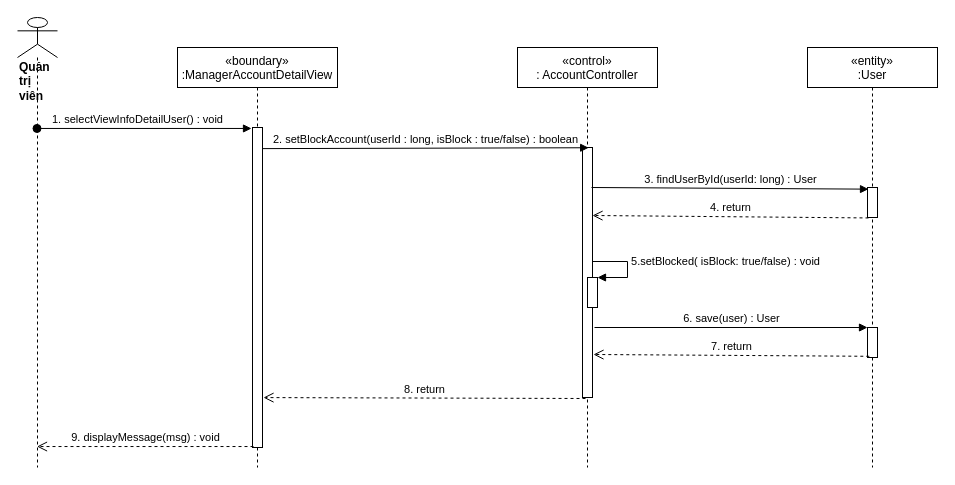
This is sequence diagram/block-unblock-User.drawio from nguyenphamvan/datn_20202, a draw.io file, before an edit. Source tidied: cells renumbered, new cells numbered last; positions are measured from the earlier drawing's top-left corner, leaving out a move shared by most shapes. Both pictures are drawn from the tidied source at 100%, with x=0, y=0 at pixel (17, 17).
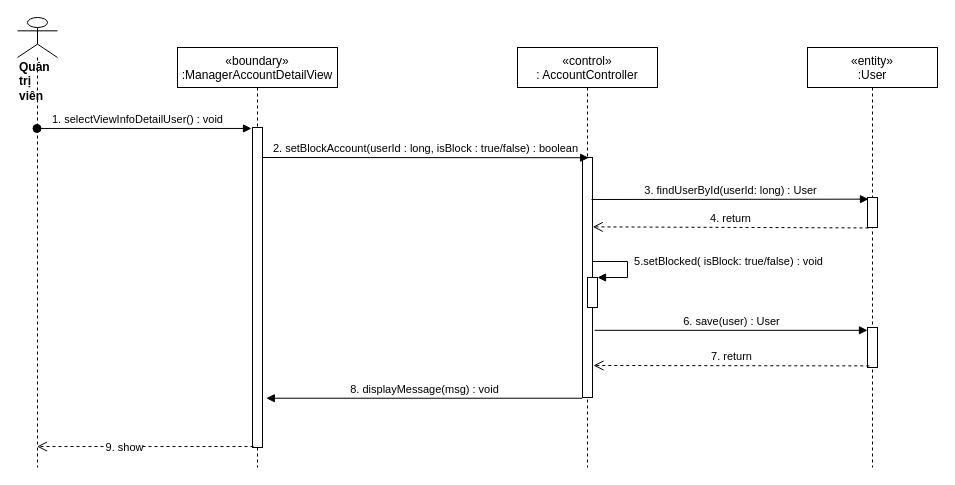
Above is the later version.

The change refers to these unchanged cells:
```xml
<mxCell id="2" value="«control»&#10;: AccountController" style="shape=umlLifeline;perimeter=lifelinePerimeter;rounded=0;shadow=0;strokeWidth=1;" parent="1" vertex="1">
  <mxGeometry x="500" y="30" width="140" height="420" as="geometry" />
</mxCell>
<mxCell id="4" value="&lt;div&gt;&lt;b&gt;Quản trị viên&lt;/b&gt;&lt;/div&gt;" style="shape=umlLifeline;participant=umlActor;perimeter=lifelinePerimeter;whiteSpace=wrap;html=1;verticalAlign=top;spacingTop=36;outlineConnect=0;align=left;size=40;" parent="1" vertex="1">
  <mxGeometry width="40" height="450" as="geometry" />
</mxCell>
<mxCell id="7" value="«entity»&#10;:User" style="shape=umlLifeline;perimeter=lifelinePerimeter;rounded=0;shadow=0;strokeWidth=1;" parent="1" vertex="1">
  <mxGeometry x="790" y="30" width="130" height="420" as="geometry" />
</mxCell>
<mxCell id="13" style="points=[];perimeter=orthogonalPerimeter;rounded=0;shadow=0;strokeWidth=1;" parent="12" vertex="1">
  <mxGeometry x="75" y="80" width="10" height="320" as="geometry" />
</mxCell>
```

Change to the diagram source:
```diff
@@
     <mxCell id="3" style="points=[];perimeter=orthogonalPerimeter;rounded=0;shadow=0;strokeWidth=1;" parent="2" vertex="1">
-      <mxGeometry x="65" y="100" width="10" height="250" as="geometry" />
+      <mxGeometry x="65" y="110" width="10" height="240" as="geometry" />
     </mxCell>
@@
-    <mxCell id="6" value="2. setBlockAccount(userId : long, isBlock : true/false) : boolean" style="html=1;verticalAlign=bottom;endArrow=block;entryX=0.617;entryY=0.001;entryDx=0;entryDy=0;entryPerimeter=0;exitX=0.9;exitY=0.066;exitDx=0;exitDy=0;exitPerimeter=0;" parent="1" edge="1" source="13" target="3">
-      <mxGeometry relative="1" as="geometry" />
+    <mxCell id="6" value="2. setBlockAccount(userId : long, isBlock : true/false) : boolean" style="html=1;verticalAlign=bottom;endArrow=block;entryX=0.617;entryY=0.001;entryDx=0;entryDy=0;entryPerimeter=0;" parent="1" edge="1" target="3">
+      <mxGeometry relative="1" as="geometry">
+        <mxPoint x="244" y="140" as="sourcePoint" />
+      </mxGeometry>
     </mxCell>
@@
     <mxCell id="8" style="points=[];perimeter=orthogonalPerimeter;rounded=0;shadow=0;strokeWidth=1;" parent="7" vertex="1">
-      <mxGeometry x="60" y="140" width="10" height="30" as="geometry" />
+      <mxGeometry x="60" y="150" width="10" height="30" as="geometry" />
     </mxCell>
     <mxCell id="9" style="html=1;points=[];perimeter=orthogonalPerimeter;" parent="7" vertex="1">
-      <mxGeometry x="60" y="280" width="10" height="30" as="geometry" />
+      <mxGeometry x="60" y="280" width="10" height="40" as="geometry" />
     </mxCell>
-    <mxCell id="10" value="3. findUserById(userId: long) : User" style="html=1;verticalAlign=bottom;endArrow=block;entryX=0.1;entryY=0.055;entryDx=0;entryDy=0;entryPerimeter=0;exitX=0.9;exitY=0.16;exitDx=0;exitDy=0;exitPerimeter=0;" parent="1" edge="1" source="3" target="8">
-      <mxGeometry relative="1" as="geometry" />
+    <mxCell id="10" value="3. findUserById(userId: long) : User" style="html=1;verticalAlign=bottom;endArrow=block;entryX=0.1;entryY=0.055;entryDx=0;entryDy=0;entryPerimeter=0;" parent="1" edge="1" target="8">
+      <mxGeometry relative="1" as="geometry">
+        <mxPoint x="574" y="182" as="sourcePoint" />
+      </mxGeometry>
     </mxCell>
-    <mxCell id="11" value="4. return" style="html=1;verticalAlign=bottom;endArrow=open;dashed=1;endSize=8;exitX=0.1;exitY=1.015;exitDx=0;exitDy=0;exitPerimeter=0;entryX=1;entryY=0.272;entryDx=0;entryDy=0;entryPerimeter=0;" parent="1" edge="1" source="8" target="3">
+    <mxCell id="11" value="4. return" style="html=1;verticalAlign=bottom;endArrow=open;dashed=1;endSize=8;exitX=0.1;exitY=1.015;exitDx=0;exitDy=0;exitPerimeter=0;entryX=1.02;entryY=0.289;entryDx=0;entryDy=0;entryPerimeter=0;" parent="1" edge="1" source="8" target="3">
       <mxGeometry relative="1" as="geometry" />
     </mxCell>
@@
-    <mxCell id="15" value="7. return" style="html=1;verticalAlign=bottom;endArrow=open;dashed=1;endSize=8;exitX=0.18;exitY=0.96;exitDx=0;exitDy=0;exitPerimeter=0;entryX=1.1;entryY=0.828;entryDx=0;entryDy=0;entryPerimeter=0;" parent="1" edge="1" source="9" target="3">
-      <mxGeometry relative="1" as="geometry" />
+    <mxCell id="15" value="7. return" style="html=1;verticalAlign=bottom;endArrow=open;dashed=1;endSize=8;exitX=0.18;exitY=0.96;exitDx=0;exitDy=0;exitPerimeter=0;" parent="1" edge="1" source="9">
+      <mxGeometry relative="1" as="geometry">
+        <mxPoint x="576" y="348" as="targetPoint" />
+      </mxGeometry>
     </mxCell>
@@
+    <mxCell id="19" style="html=1;verticalAlign=bottom;endArrow=open;dashed=1;endSize=8;exitX=0.1;exitY=0.997;exitDx=0;exitDy=0;exitPerimeter=0;" parent="1" edge="1" source="13" target="4">
+      <mxGeometry relative="1" as="geometry" />
+    </mxCell>
+    <mxCell id="20" value="9. show" style="edgeLabel;html=1;align=center;verticalAlign=middle;" parent="19" vertex="1">
+      <mxGeometry x="0.2" relative="1" as="geometry" />
+    </mxCell>
-    <mxCell id="18" value="8. return" style="html=1;verticalAlign=bottom;endArrow=open;dashed=1;endSize=8;exitX=0.3;exitY=1.004;exitDx=0;exitDy=0;exitPerimeter=0;entryX=1.1;entryY=0.844;entryDx=0;entryDy=0;entryPerimeter=0;" parent="1" edge="1" source="3" target="13">
+    <mxCell id="18" value="8. displayMessage(msg) : void" style="html=1;verticalAlign=bottom;endArrow=block;exitX=-0.02;exitY=1.003;exitDx=0;exitDy=0;exitPerimeter=0;entryX=1.38;entryY=0.846;entryDx=0;entryDy=0;entryPerimeter=0;" parent="1" edge="1" source="3" target="13">
       <mxGeometry relative="1" as="geometry" />
     </mxCell>
-    <mxCell id="19" value="9. displayMessage(msg) : void" style="html=1;verticalAlign=bottom;endArrow=open;dashed=1;endSize=8;exitX=0.1;exitY=0.997;exitDx=0;exitDy=0;exitPerimeter=0;" parent="1" edge="1" source="13" target="4">
-      <mxGeometry relative="1" as="geometry" />
-    </mxCell>
```
